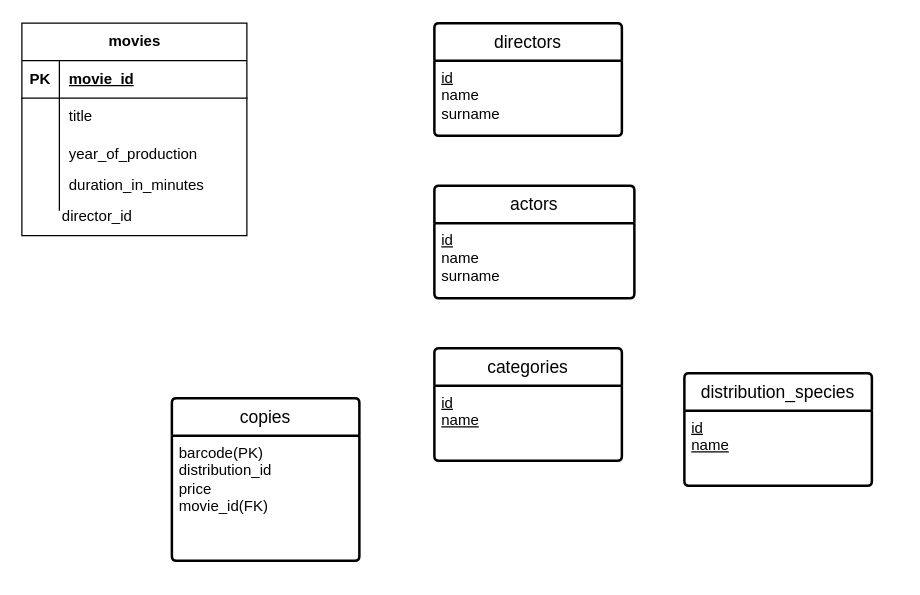
Before: Untitled Diagram.drawio in serendipity019/CodingFactoryJavaLessons, a draw.io diagram. Source tidied: cells renumbered, new cells numbered last; positions are measured from the earlier drawing's top-left corner, leaving out a move shared by most shapes. Both pictures are drawn from the tidied source at 125%, with x=0, y=0 at pixel (21, 22).
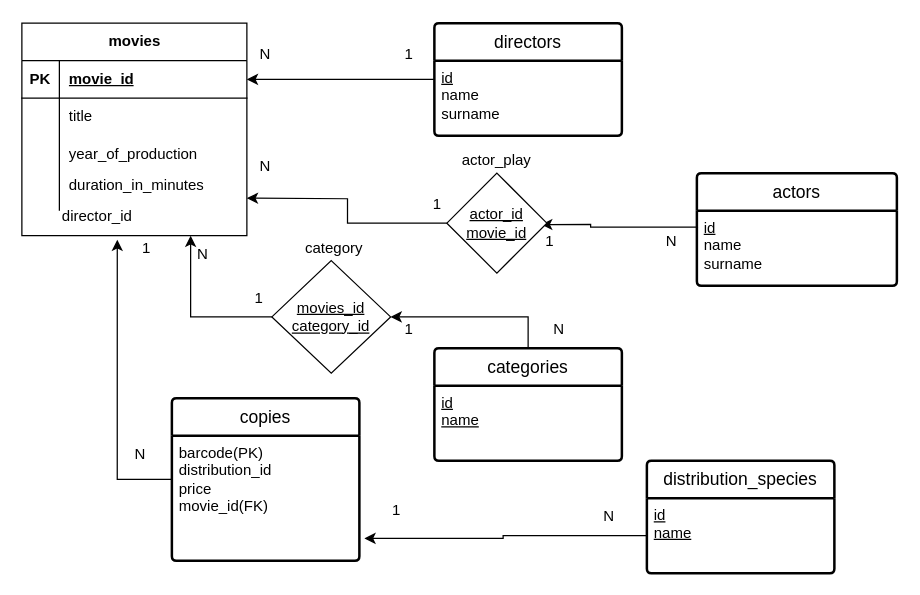
The same page after the edit.

Unchanged cells that the change refers to:
```xml
<mxCell id="3" value="movies" style="shape=table;startSize=30;childLayout=tableLayout;rowLines=0;fontStyle=1;align=center;html=1;" parent="1" vertex="1">
  <mxGeometry width="180" height="170" as="geometry" />
</mxCell>
<mxCell id="4" style="shape=tableRow;horizontal=0;startSize=0;swimlaneHead=0;swimlaneBody=0;fillColor=none;points=[[0,0.5],[1,0.5]];portConstraint=eastwest;top=0;left=0;right=0;bottom=1;" parent="3" vertex="1">
  <mxGeometry y="30" width="180" height="30" as="geometry" />
</mxCell>
<mxCell id="16" value="director_id" style="text;html=1;align=center;verticalAlign=middle;points=[];strokeColor=none;fillColor=none;" parent="1" vertex="1">
  <mxGeometry x="20" y="140" width="80" height="30" as="geometry" />
</mxCell>
<mxCell id="17" value="directors" style="swimlane;horizontal=1;startSize=30;rounded=1;fontSize=14;fontStyle=0;strokeWidth=2;shadow=0;dashed=0;align=center;arcSize=4;whiteSpace=wrap;html=1;" parent="1" vertex="1">
  <mxGeometry x="330" width="150" height="90" as="geometry" />
</mxCell>
<mxCell id="21" value="categories" style="swimlane;horizontal=1;startSize=30;rounded=1;fontSize=14;fontStyle=0;strokeWidth=2;shadow=0;dashed=0;align=center;arcSize=4;whiteSpace=wrap;html=1;" parent="1" vertex="1">
  <mxGeometry x="330" y="260" width="150" height="90" as="geometry" />
</mxCell>
<mxCell id="23" value="copies" style="swimlane;horizontal=1;startSize=30;rounded=1;fontSize=14;fontStyle=0;strokeWidth=2;shadow=0;dashed=0;align=center;arcSize=4;whiteSpace=wrap;html=1;" parent="1" vertex="1">
  <mxGeometry x="120" y="300" width="150" height="130" as="geometry" />
</mxCell>
<mxCell id="24" value="barcode(PK)&lt;br&gt;&lt;div&gt;distribution_id&lt;/div&gt;&lt;div&gt;price&lt;/div&gt;&lt;div&gt;movie_id(FK)&lt;br&gt;&lt;/div&gt;" style="align=left;strokeColor=none;fillColor=none;spacingLeft=4;fontSize=12;verticalAlign=top;html=1;" parent="23" vertex="1">
  <mxGeometry y="30" width="150" height="100" as="geometry" />
</mxCell>
<mxCell id="26" value="&lt;u&gt;id&lt;br&gt;name&lt;/u&gt;&lt;div&gt;&lt;u&gt;&lt;br&gt;&lt;/u&gt;&lt;/div&gt;" style="align=left;strokeColor=none;fillColor=none;spacingLeft=4;fontSize=12;verticalAlign=top;html=1;" parent="25" vertex="1">
  <mxGeometry y="30" width="150" height="60" as="geometry" />
</mxCell>
```

The edit, as a diff of the source:
```diff
@@
+    <mxCell id="27" style="edgeStyle=orthogonalEdgeStyle;rounded=0;jettySize=auto;html=1;entryX=1;entryY=0.5;entryDx=0;entryDy=0;" parent="1" edge="1" source="17" target="4">
+      <mxGeometry relative="1" as="geometry" />
+    </mxCell>
@@
     <mxCell id="19" value="actors" style="swimlane;horizontal=1;startSize=30;rounded=1;fontSize=14;fontStyle=0;strokeWidth=2;shadow=0;dashed=0;align=center;arcSize=4;whiteSpace=wrap;html=1;" parent="1" vertex="1">
-      <mxGeometry x="330" y="130" width="160" height="90" as="geometry" />
+      <mxGeometry x="540" y="120" width="160" height="90" as="geometry" />
     </mxCell>
@@
+    <mxCell id="28" style="edgeStyle=orthogonalEdgeStyle;rounded=0;jettySize=auto;html=1;exitX=0.5;exitY=0;exitDx=0;exitDy=0;entryX=1;entryY=0.5;entryDx=0;entryDy=0;" parent="1" edge="1" source="21" target="46">
+      <mxGeometry relative="1" as="geometry" />
+    </mxCell>
@@
     <mxCell id="25" value="distribution_species" style="swimlane;horizontal=1;startSize=30;rounded=1;fontSize=14;fontStyle=0;strokeWidth=2;shadow=0;dashed=0;align=center;arcSize=4;whiteSpace=wrap;html=1;" parent="1" vertex="1">
-      <mxGeometry x="530" y="280" width="150" height="90" as="geometry" />
+      <mxGeometry x="500" y="350" width="150" height="90" as="geometry" />
     </mxCell>
@@
+    <mxCell id="29" style="edgeStyle=orthogonalEdgeStyle;rounded=0;jettySize=auto;html=1;exitX=0;exitY=0.5;exitDx=0;exitDy=0;entryX=0.704;entryY=1.11;entryDx=0;entryDy=0;entryPerimeter=0;" parent="1" edge="1" source="23" target="16">
+      <mxGeometry relative="1" as="geometry" />
+    </mxCell>
+    <mxCell id="30" value="1" style="text;html=1;align=center;verticalAlign=middle;whiteSpace=wrap;rounded=0;" parent="1" vertex="1">
+      <mxGeometry x="280" y="10" width="60" height="30" as="geometry" />
+    </mxCell>
+    <mxCell id="31" value="N" style="text;html=1;align=center;verticalAlign=middle;whiteSpace=wrap;rounded=0;" parent="1" vertex="1">
+      <mxGeometry x="165" y="10" width="60" height="30" as="geometry" />
+    </mxCell>
+    <mxCell id="32" value="N" style="text;html=1;align=center;verticalAlign=middle;whiteSpace=wrap;rounded=0;" parent="1" vertex="1">
+      <mxGeometry x="20" y="330" width="150" height="30" as="geometry" />
+    </mxCell>
+    <mxCell id="33" value="1" style="text;html=1;align=center;verticalAlign=middle;whiteSpace=wrap;rounded=0;" parent="1" vertex="1">
+      <mxGeometry x="80" y="170" width="40" height="20" as="geometry" />
+    </mxCell>
+    <mxCell id="34" value="1" style="text;html=1;align=center;verticalAlign=middle;whiteSpace=wrap;rounded=0;" parent="1" vertex="1">
+      <mxGeometry x="170" y="210" width="40" height="20" as="geometry" />
+    </mxCell>
+    <mxCell id="35" value="N" style="text;html=1;align=center;verticalAlign=middle;whiteSpace=wrap;rounded=0;" parent="1" vertex="1">
+      <mxGeometry x="400" y="230" width="60" height="30" as="geometry" />
+    </mxCell>
+    <mxCell id="36" style="edgeStyle=orthogonalEdgeStyle;rounded=0;jettySize=auto;html=1;entryX=1.027;entryY=0.822;entryDx=0;entryDy=0;entryPerimeter=0;" parent="1" edge="1" source="26" target="24">
+      <mxGeometry relative="1" as="geometry" />
+    </mxCell>
+    <mxCell id="37" value="N" style="text;html=1;align=center;verticalAlign=middle;whiteSpace=wrap;rounded=0;" parent="1" vertex="1">
+      <mxGeometry x="440" y="380" width="60" height="30" as="geometry" />
+    </mxCell>
+    <mxCell id="38" value="1" style="text;html=1;align=center;verticalAlign=middle;whiteSpace=wrap;rounded=0;" parent="1" vertex="1">
+      <mxGeometry x="280" y="380" width="40" height="20" as="geometry" />
+    </mxCell>
+    <mxCell id="39" value="N" style="text;html=1;align=center;verticalAlign=middle;whiteSpace=wrap;rounded=0;" parent="1" vertex="1">
+      <mxGeometry x="490" y="160" width="60" height="30" as="geometry" />
+    </mxCell>
+    <mxCell id="40" value="N" style="text;html=1;align=center;verticalAlign=middle;whiteSpace=wrap;rounded=0;" parent="1" vertex="1">
+      <mxGeometry x="165" y="100" width="60" height="30" as="geometry" />
+    </mxCell>
+    <mxCell id="41" value="1" style="text;html=1;align=center;verticalAlign=middle;whiteSpace=wrap;rounded=0;" parent="1" vertex="1">
+      <mxGeometry x="310" y="130" width="45" height="30" as="geometry" />
+    </mxCell>
+    <mxCell id="42" value="1" style="text;html=1;align=center;verticalAlign=middle;whiteSpace=wrap;rounded=0;" parent="1" vertex="1">
+      <mxGeometry x="400" y="150" width="45" height="50" as="geometry" />
+    </mxCell>
+    <mxCell id="43" style="edgeStyle=orthogonalEdgeStyle;rounded=0;jettySize=auto;html=1;exitX=0;exitY=0.5;exitDx=0;exitDy=0;" parent="1" edge="1" source="50">
+      <mxGeometry relative="1" as="geometry">
+        <mxPoint x="180" y="140" as="targetPoint" />
+      </mxGeometry>
+    </mxCell>
+    <mxCell id="44" style="edgeStyle=orthogonalEdgeStyle;rounded=0;jettySize=auto;html=1;exitX=0.849;exitY=0.107;exitDx=0;exitDy=0;exitPerimeter=0;entryX=0.943;entryY=0.514;entryDx=0;entryDy=0;entryPerimeter=0;" parent="1" edge="1" source="39" target="50">
+      <mxGeometry relative="1" as="geometry" />
+    </mxCell>
+    <mxCell id="45" style="edgeStyle=orthogonalEdgeStyle;rounded=0;jettySize=auto;html=1;exitX=0;exitY=0.5;exitDx=0;exitDy=0;entryX=0.75;entryY=1;entryDx=0;entryDy=0;" parent="1" edge="1" source="46" target="3">
+      <mxGeometry relative="1" as="geometry" />
+    </mxCell>
+    <mxCell id="46" value="&lt;div&gt;&lt;u&gt;movies_id&lt;/u&gt;&lt;/div&gt;&lt;div&gt;&lt;u&gt;category_id&lt;br&gt;&lt;/u&gt;&lt;/div&gt;" style="rhombus;whiteSpace=wrap;html=1;" parent="1" vertex="1">
+      <mxGeometry x="200" y="190" width="95" height="90" as="geometry" />
+    </mxCell>
+    <mxCell id="47" value="N" style="text;html=1;align=center;verticalAlign=middle;whiteSpace=wrap;rounded=0;" parent="1" vertex="1">
+      <mxGeometry x="115" y="170" width="60" height="30" as="geometry" />
+    </mxCell>
+    <mxCell id="48" value="1" style="text;html=1;align=center;verticalAlign=middle;whiteSpace=wrap;rounded=0;" parent="1" vertex="1">
+      <mxGeometry x="290" y="235" width="40" height="20" as="geometry" />
+    </mxCell>
+    <mxCell id="49" value="category" style="text;html=1;align=center;verticalAlign=middle;whiteSpace=wrap;rounded=0;" parent="1" vertex="1">
+      <mxGeometry x="230" y="170" width="40" height="20" as="geometry" />
+    </mxCell>
+    <mxCell id="50" value="&lt;u&gt;actor_id&lt;/u&gt;&lt;br&gt;&lt;u&gt;movie_id&lt;/u&gt;" style="rhombus;whiteSpace=wrap;html=1;" parent="1" vertex="1">
+      <mxGeometry x="340" y="120" width="80" height="80" as="geometry" />
+    </mxCell>
+    <mxCell id="51" value="actor_play" style="text;html=1;align=center;verticalAlign=middle;whiteSpace=wrap;rounded=0;" parent="1" vertex="1">
+      <mxGeometry x="360" y="100" width="40" height="20" as="geometry" />
+    </mxCell>
```
